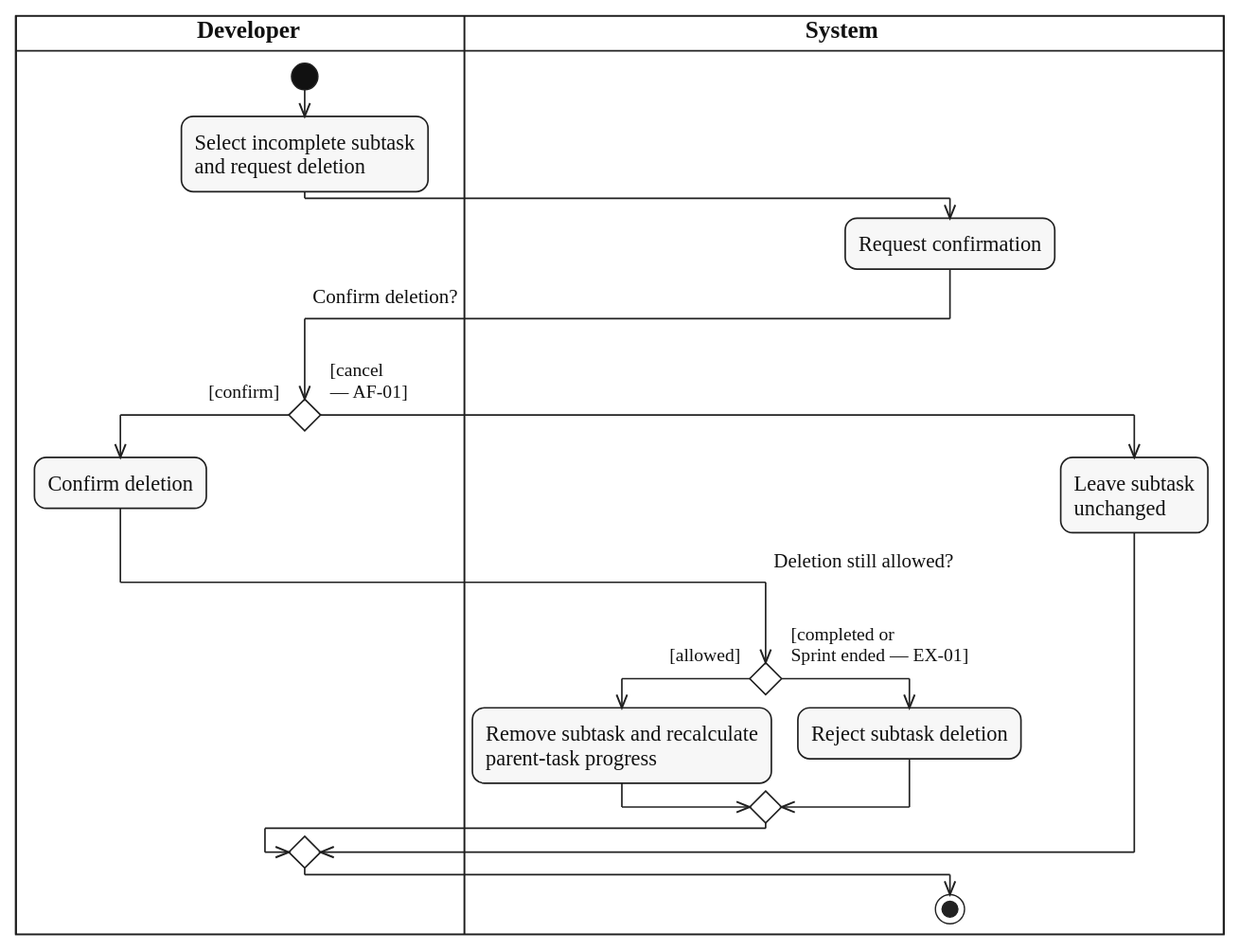
This is diagrams/activity/sprint-work/svg/UC-SUBTASK-DELETE.svg from lukenab/swd392-doc-automation, a PlantUML export, as it was before one commit. Its source is kept beside it as diagrams/activity/sprint-work/source/UC-SUBTASK-DELETE.puml.
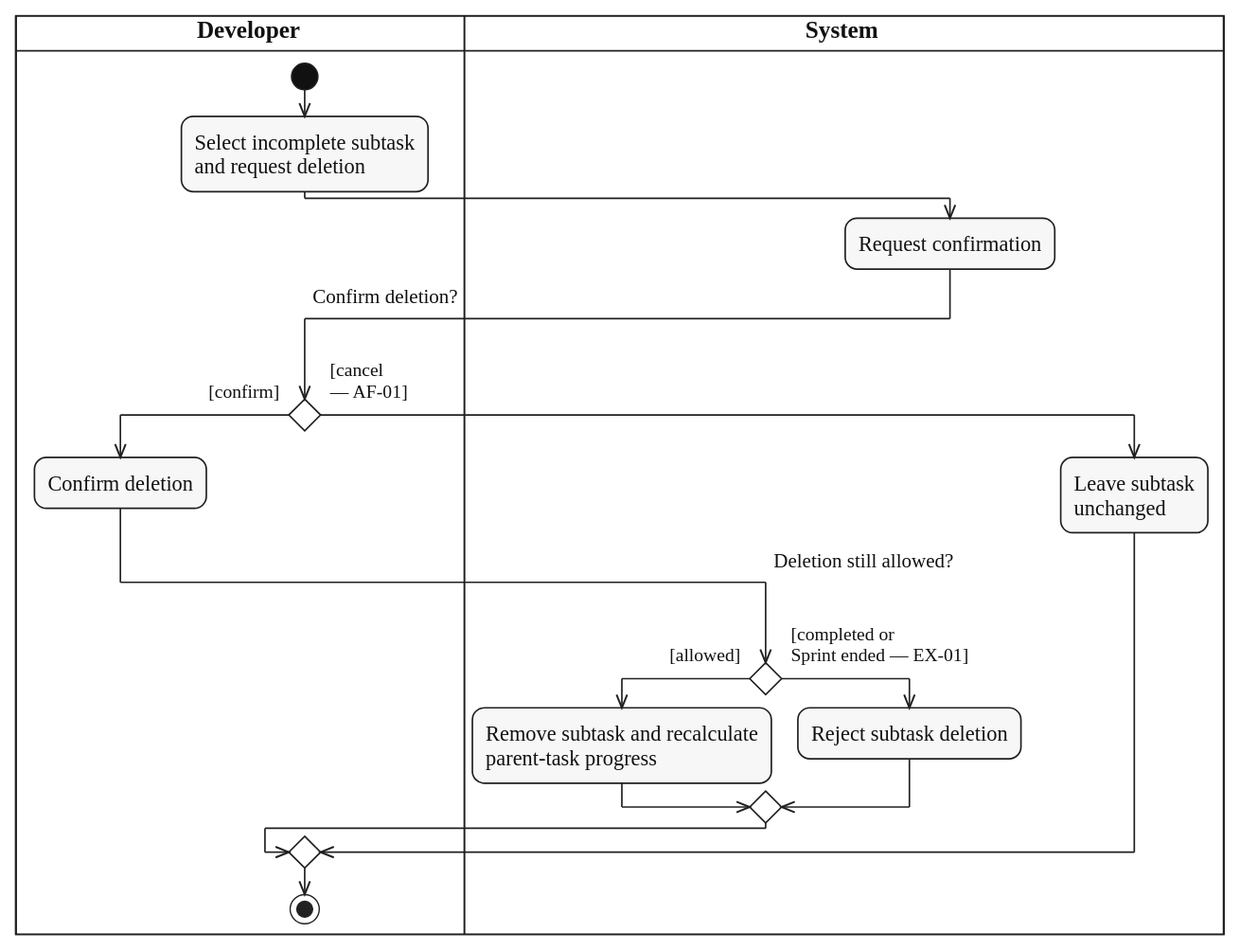
The same diagram one commit later.

What changed in the source:
```diff
@@ -24,6 +24,6 @@
   :Leave subtask
   unchanged;
 endif
-|SYS|
+|DEV|
 stop
 @enduml
```
